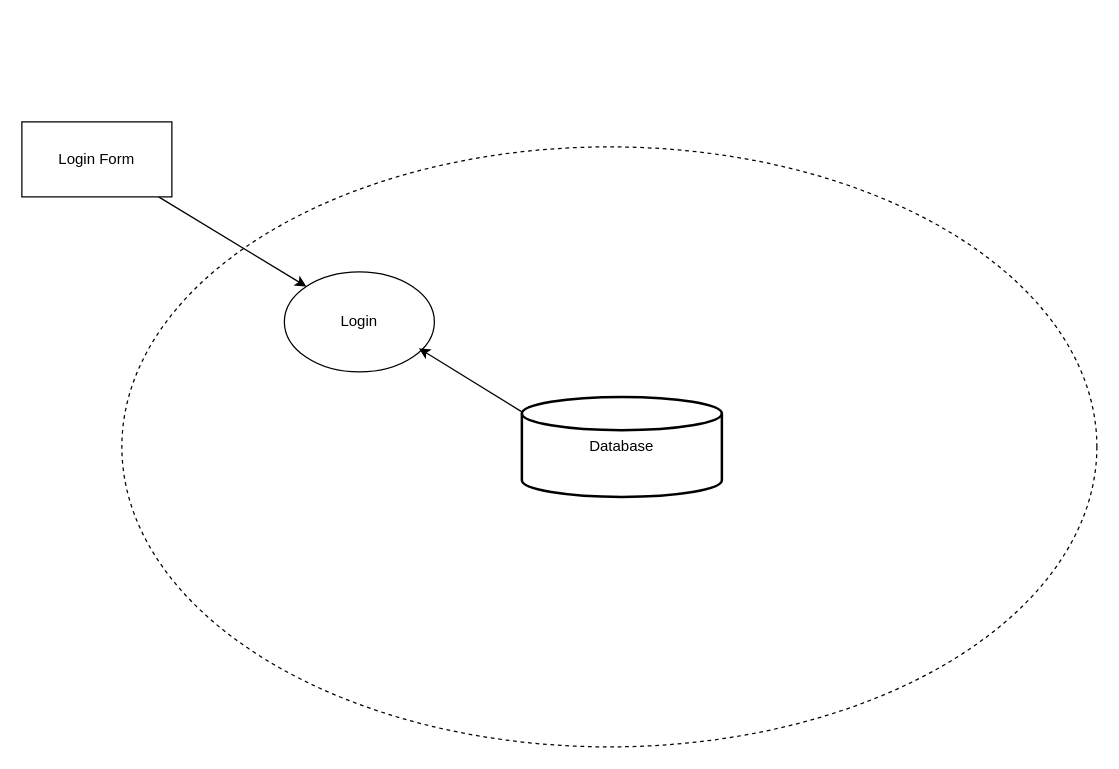
The draw.io diagram Phase_1/team055_p1_ifd_temp_kk.drawio.xml in kkashiva/buzzbid, before the edit. Source tidied: cells renumbered, new cells numbered last; positions are measured from the earlier drawing's top-left corner, leaving out a move shared by most shapes. Both pictures are drawn from the tidied source at 125%, with x=0, y=0 at pixel (21, 121).
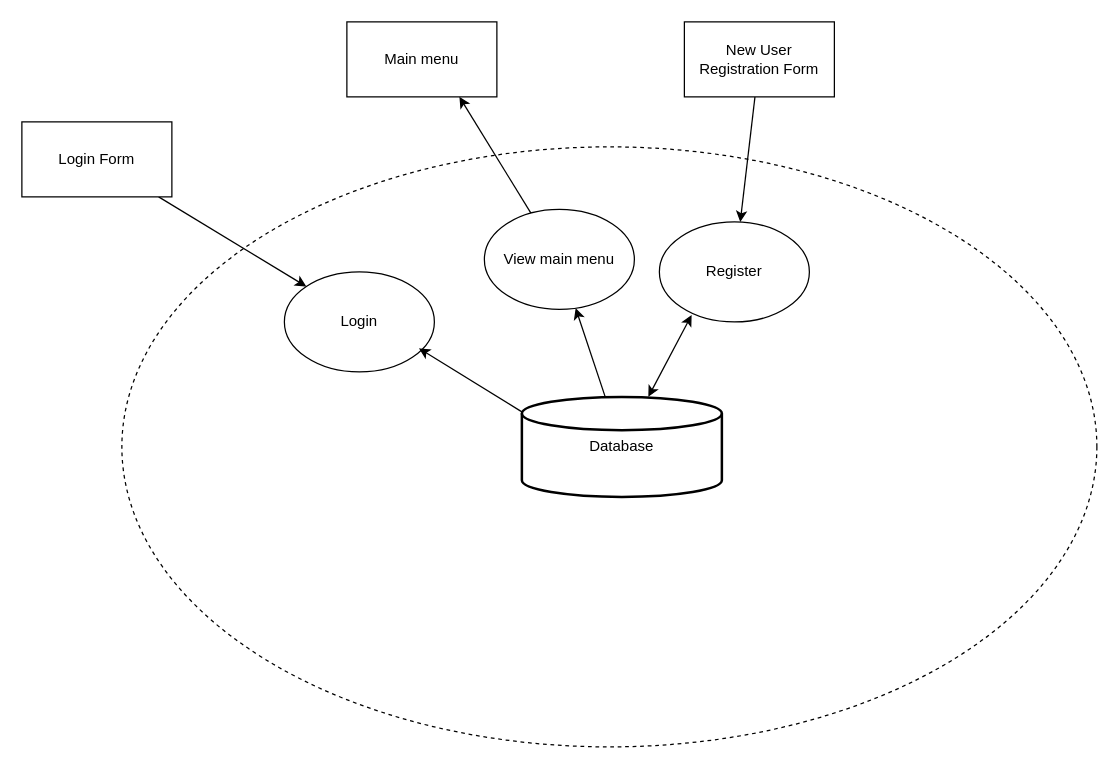
The same diagram, later.

Commit message (it also covers changes not shown here):
added main menu and new user registration to IFD

Diff of the diagram source:
```diff
@@
 <mxGraphModel>
   <root>
     <mxCell id="0" />
     <mxCell id="1" parent="0" />
     <mxCell id="2" style="ellipse;whiteSpace=wrap;html=1;fillColor=none;rounded=0;dashed=1;" parent="1" vertex="1">
       <mxGeometry x="80" y="20" width="780" height="480" as="geometry" />
     </mxCell>
+    <mxCell id="8" style="rounded=0;jettySize=auto;html=1;" parent="1" edge="1" source="3" target="11">
+      <mxGeometry relative="1" as="geometry" />
+    </mxCell>
     <mxCell id="3" value="Database" style="strokeWidth=2;html=1;shape=mxgraph.flowchart.database;whiteSpace=wrap;rounded=0;" parent="1" vertex="1">
       <mxGeometry x="400" y="220" width="160" height="80" as="geometry" />
     </mxCell>
     <mxCell id="4" style="rounded=0;jettySize=auto;html=1;entryX=0;entryY=0;entryDx=0;entryDy=0;curved=0;" parent="1" edge="1" source="5" target="6">
       <mxGeometry relative="1" as="geometry" />
     </mxCell>
     <mxCell id="5" value="Login Form" style="rounded=0;whiteSpace=wrap;html=1;" parent="1" vertex="1">
       <mxGeometry width="120" height="60" as="geometry" />
     </mxCell>
     <mxCell id="6" value="Login" style="ellipse;whiteSpace=wrap;html=1;rounded=0;" parent="1" vertex="1">
       <mxGeometry x="210" y="120" width="120" height="80" as="geometry" />
     </mxCell>
     <mxCell id="7" style="rounded=0;jettySize=auto;html=1;entryX=0.897;entryY=0.764;entryDx=0;entryDy=0;entryPerimeter=0;exitX=0;exitY=0.15;exitDx=0;exitDy=0;exitPerimeter=0;" parent="1" edge="1" source="3" target="6">
       <mxGeometry relative="1" as="geometry" />
     </mxCell>
+    <mxCell id="9" value="Main menu" style="rounded=0;whiteSpace=wrap;html=1;" parent="1" vertex="1">
+      <mxGeometry x="260" y="-80" width="120" height="60" as="geometry" />
+    </mxCell>
+    <mxCell id="10" style="rounded=0;jettySize=auto;html=1;entryX=0.75;entryY=1;entryDx=0;entryDy=0;" parent="1" edge="1" source="11" target="9">
+      <mxGeometry relative="1" as="geometry" />
+    </mxCell>
+    <mxCell id="11" value="View main menu" style="ellipse;whiteSpace=wrap;html=1;rounded=0;" parent="1" vertex="1">
+      <mxGeometry x="370" y="70" width="120" height="80" as="geometry" />
+    </mxCell>
+    <mxCell id="12" style="rounded=0;jettySize=auto;html=1;" parent="1" edge="1" source="13" target="15">
+      <mxGeometry relative="1" as="geometry" />
+    </mxCell>
+    <mxCell id="13" value="New User Registration Form" style="rounded=0;whiteSpace=wrap;html=1;" parent="1" vertex="1">
+      <mxGeometry x="530" y="-80" width="120" height="60" as="geometry" />
+    </mxCell>
+    <mxCell id="14" style="rounded=0;jettySize=auto;html=1;exitX=0.215;exitY=0.931;exitDx=0;exitDy=0;exitPerimeter=0;startArrow=classic;startFill=1;" parent="1" edge="1" source="15" target="3">
+      <mxGeometry relative="1" as="geometry" />
+    </mxCell>
+    <mxCell id="15" value="Register" style="ellipse;whiteSpace=wrap;html=1;rounded=0;" parent="1" vertex="1">
+      <mxGeometry x="510" y="80" width="120" height="80" as="geometry" />
+    </mxCell>
   </root>
 </mxGraphModel>
```
